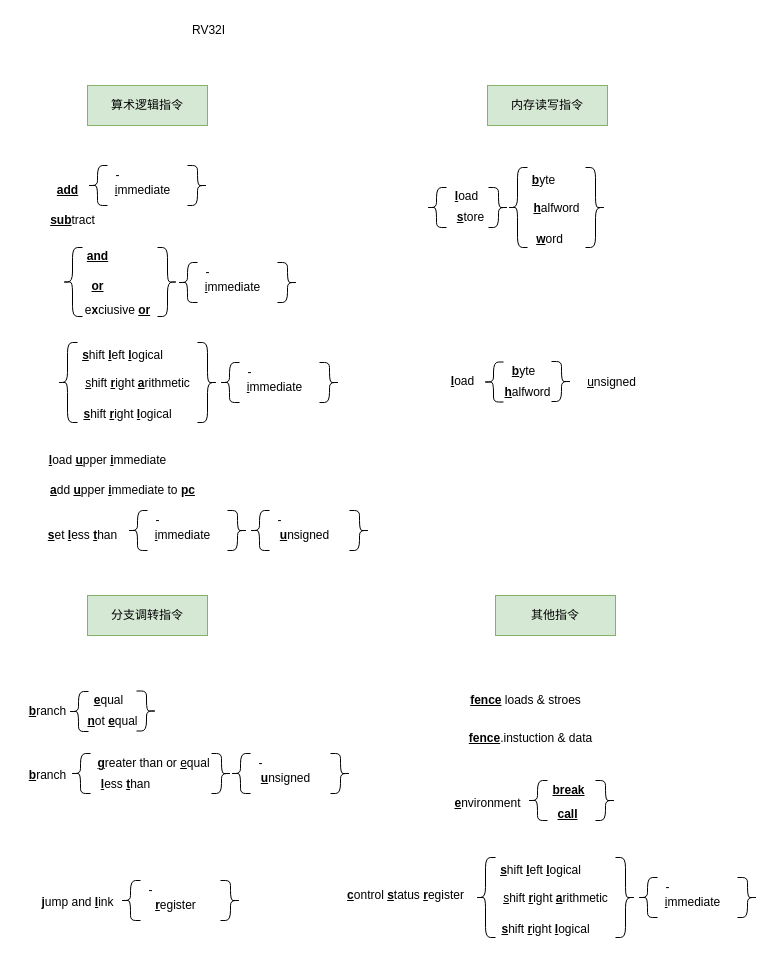
The draw.io diagram RV32I 指令集.drawio in Vinson-001/Blog-flow-chart, before the edit. Source tidied: cells renumbered, new cells numbered last; positions are measured from the earlier drawing's top-left corner, leaving out a move shared by most shapes. Both pictures are drawn from the tidied source at 100%, with x=0, y=0 at pixel (17, 17).
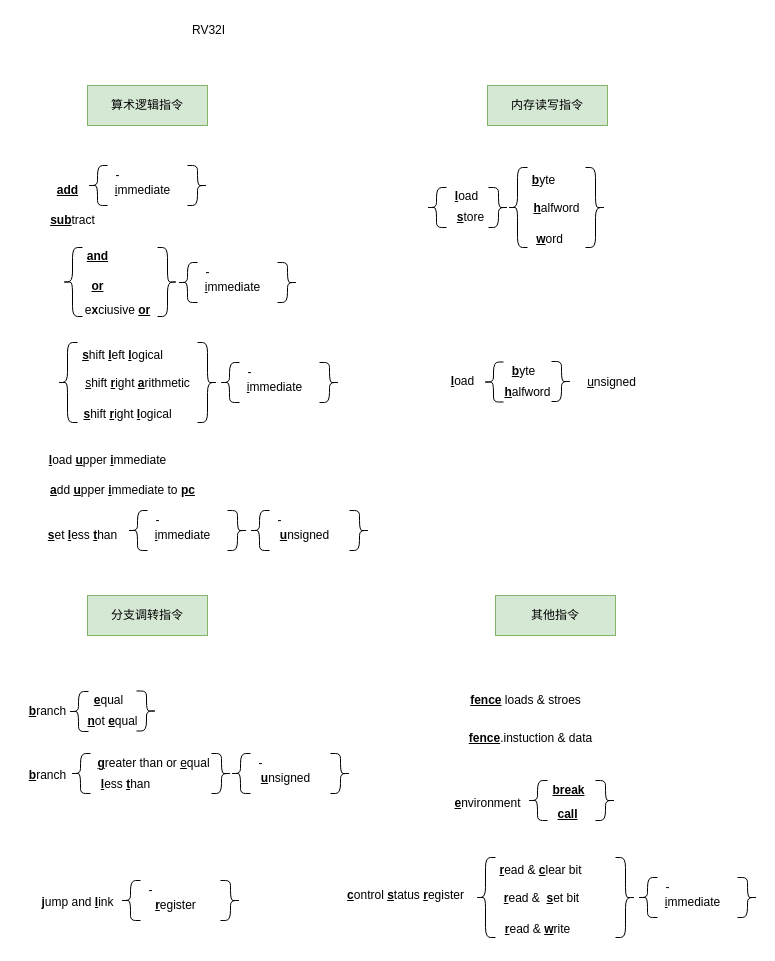
The same diagram, later.

Commit message (it also covers changes not shown here):
更新RV32I 指令集.drawio

The change refers to these unchanged cells:
```xml
<mxCell id="99" style="group;" parent="1" vertex="1">
  <mxGeometry x="318" y="838" width="422" height="89" as="geometry" />
</mxCell>
<mxCell id="101" style="group;" parent="99" vertex="1">
  <mxGeometry x="140" width="282" height="82" as="geometry" />
</mxCell>
```

The edit, as a diff of the source:
```diff
@@
-    <mxCell id="100" value="&lt;b&gt;&lt;u&gt;s&lt;/u&gt;&lt;/b&gt;hift &lt;u style=&quot;font-weight: bold;&quot;&gt;r&lt;/u&gt;ight&amp;nbsp;&lt;b&gt;&lt;u&gt;l&lt;/u&gt;&lt;/b&gt;ogical" style="text;html=1;align=center;verticalAlign=middle;strokeColor=none;fillColor=none;" parent="99" vertex="1">
-      <mxGeometry x="155" y="59" width="110" height="30" as="geometry" />
+    <mxCell id="100" value="&lt;b&gt;&lt;u&gt;r&lt;/u&gt;&lt;/b&gt;ead&amp;nbsp;&amp;amp; &lt;b&gt;&lt;u&gt;w&lt;/u&gt;&lt;/b&gt;rite" style="text;html=1;align=center;verticalAlign=middle;strokeColor=none;fillColor=none;" parent="99" vertex="1">
+      <mxGeometry x="160" y="61" width="83" height="26" as="geometry" />
     </mxCell>
@@
-    <mxCell id="103" value="&lt;b&gt;&lt;u&gt;s&lt;/u&gt;&lt;/b&gt;hift &lt;u&gt;&lt;b&gt;l&lt;/b&gt;&lt;/u&gt;eft &lt;b&gt;&lt;u&gt;l&lt;/u&gt;&lt;/b&gt;ogical" style="text;html=1;align=center;verticalAlign=middle;strokeColor=none;fillColor=none;" parent="101" vertex="1">
-      <mxGeometry x="15" width="100" height="30" as="geometry" />
+    <mxCell id="103" value="&lt;b&gt;&lt;u&gt;r&lt;/u&gt;&lt;/b&gt;ead&amp;nbsp;&amp;amp; &lt;b&gt;&lt;u&gt;c&lt;/u&gt;&lt;/b&gt;lear bit" style="text;html=1;align=center;verticalAlign=middle;strokeColor=none;fillColor=none;" parent="101" vertex="1">
+      <mxGeometry x="15" y="2" width="100" height="26" as="geometry" />
     </mxCell>
-    <mxCell id="104" value="&lt;u&gt;s&lt;/u&gt;hift &lt;u&gt;&lt;b&gt;r&lt;/b&gt;&lt;/u&gt;ight &lt;b&gt;&lt;u&gt;a&lt;/u&gt;&lt;/b&gt;rithmetic" style="text;html=1;align=center;verticalAlign=middle;strokeColor=none;fillColor=none;" parent="101" vertex="1">
-      <mxGeometry x="15" y="27.5" width="130" height="30" as="geometry" />
+    <mxCell id="104" value="&lt;u&gt;&lt;b&gt;r&lt;/b&gt;&lt;/u&gt;ead&amp;nbsp;&amp;amp;&amp;nbsp; &lt;b&gt;&lt;u&gt;s&lt;/u&gt;&lt;/b&gt;et bit" style="text;html=1;align=center;verticalAlign=middle;strokeColor=none;fillColor=none;" parent="101" vertex="1">
+      <mxGeometry x="19" y="29.5" width="93" height="26" as="geometry" />
     </mxCell>
```
